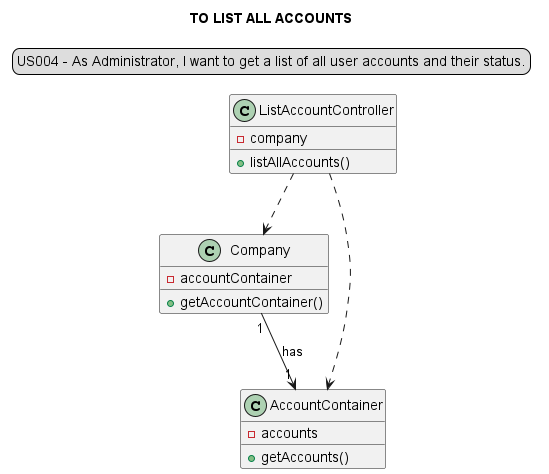
Above: docs/modelling_design/user_stories/us004/US004_classDiagram.png in Loracline/project_switch_22-23 (PlantUML), before the change.
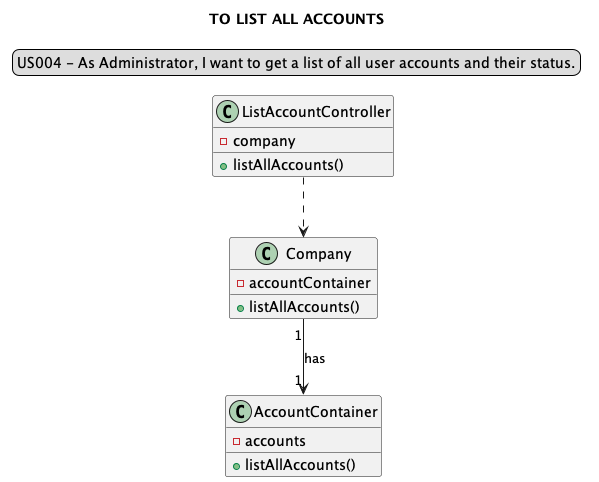
Later version of the same file.

Commit message:
US004 : Design : refinement of class diagram and sequence diagram based on sprint review feedback.

Diff of the diagram source:
```diff
@@ -13,16 +13,15 @@
 
 class "Company"{
 -accountContainer
-+getAccountContainer()
++listAllAccounts()
 
 }
 class "AccountContainer"{
 -accounts
-+getAccounts()
++listAllAccounts()
 }
 
 "ListAccountController" ..> "Company"
-"ListAccountController" ..> "AccountContainer"
 "Company" "1"-->"1" "AccountContainer": has
 
 @enduml
```
